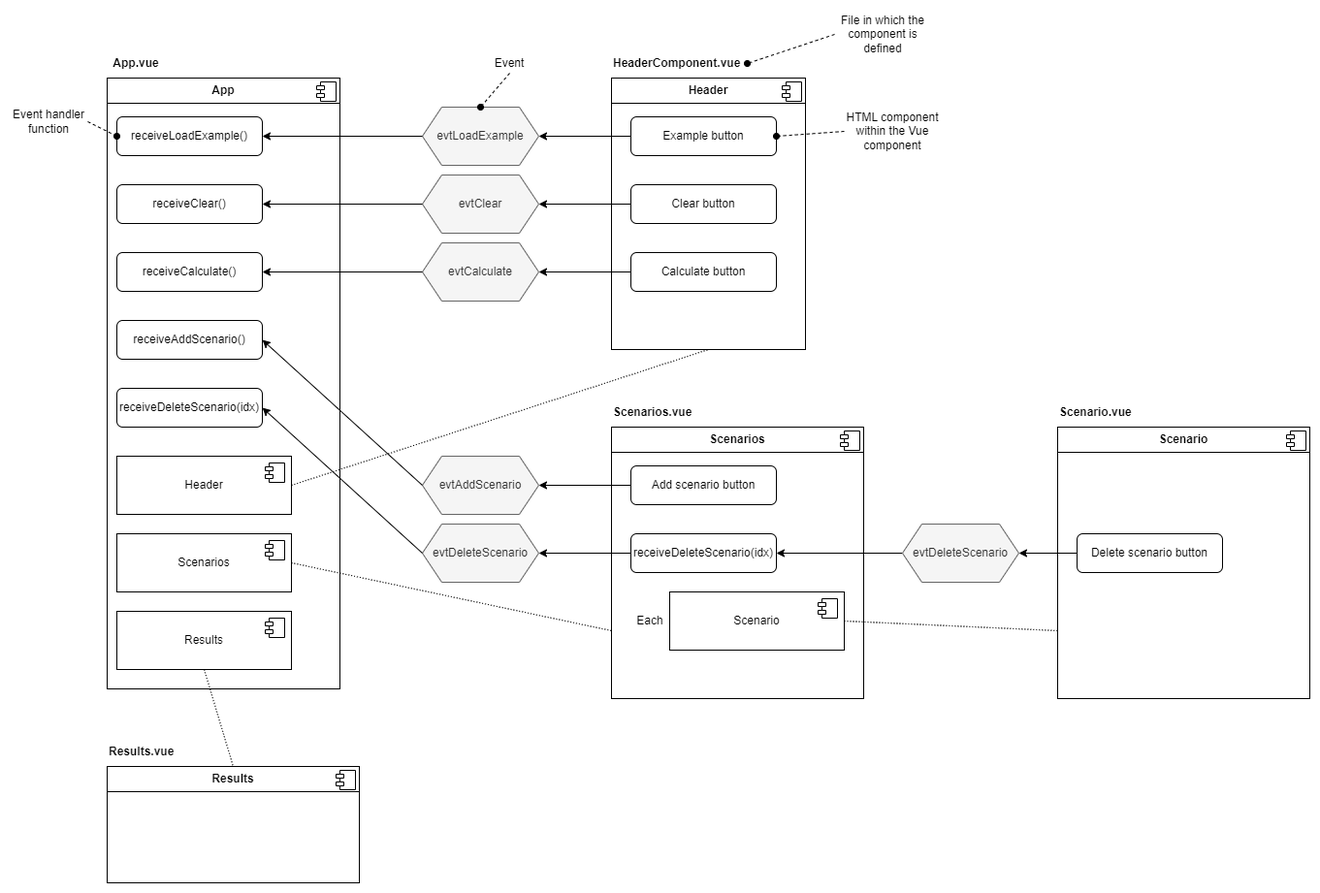
Earlier version of the draw.io export Vue/probability/design/design-Events.drawio.png (cdclaxton/learning). Source tidied: cells renumbered, new cells last; positions are measured from the earlier drawing's top-left corner, leaving out a move shared by most shapes.
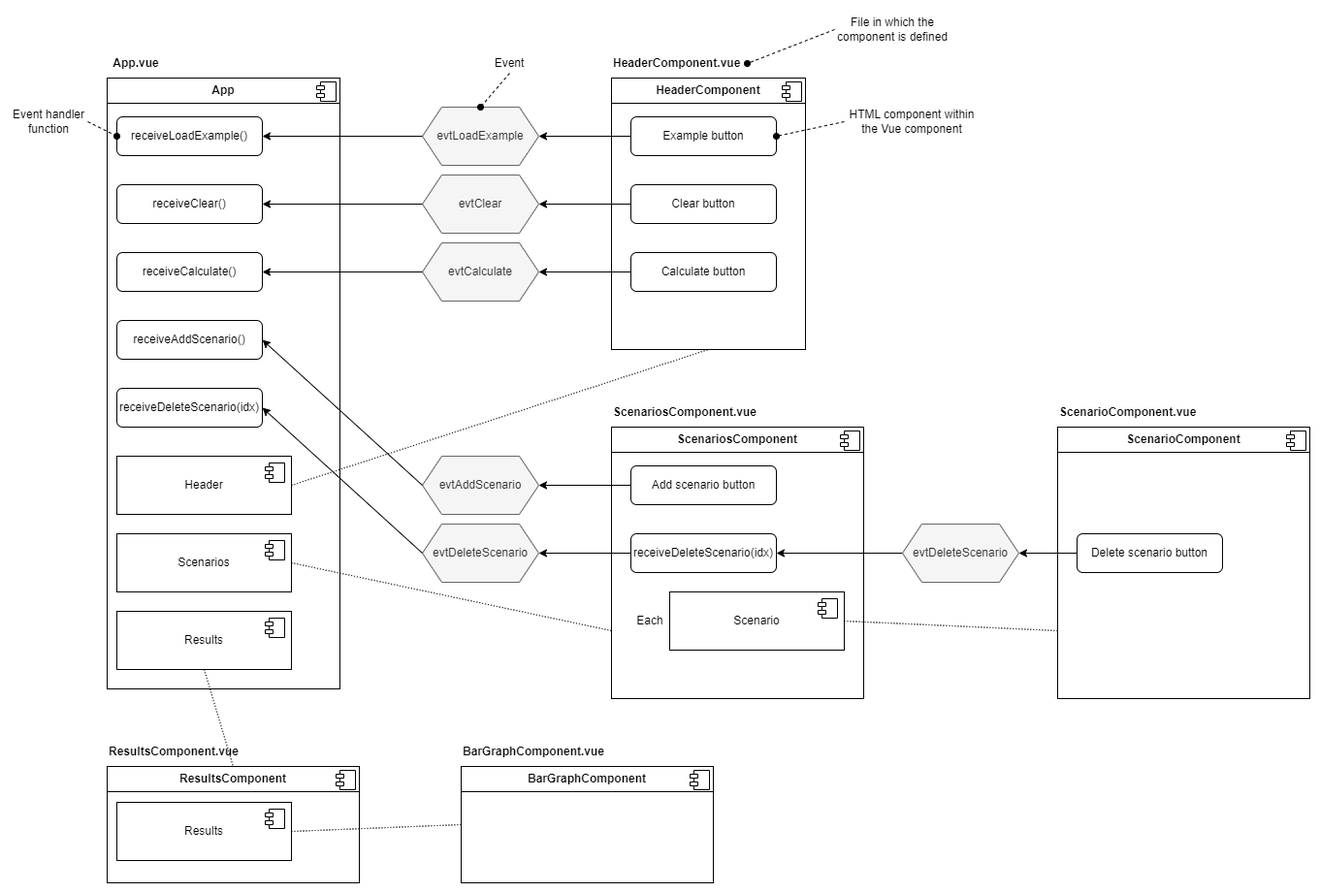
The same diagram one commit later.

Commit message:
Update component diagram

What changed in the source:
```diff
@@ -13,7 +13,7 @@
     <mxCell id="4" value="App.vue" style="text;html=1;align=center;verticalAlign=middle;whiteSpace=wrap;rounded=0;fontStyle=1;" parent="1" vertex="1">
       <mxGeometry x="100" y="40" width="60" height="30" as="geometry" />
     </mxCell>
-    <mxCell id="5" value="&lt;p style=&quot;margin:0px;margin-top:6px;text-align:center;&quot;&gt;&lt;b&gt;Header&lt;/b&gt;&lt;/p&gt;&lt;hr size=&quot;1&quot; style=&quot;border-style:solid;&quot;&gt;&lt;p style=&quot;margin:0px;margin-left:8px;&quot;&gt;&lt;br&gt;&lt;/p&gt;" style="align=left;overflow=fill;html=1;whiteSpace=wrap;" parent="1" vertex="1">
+    <mxCell id="5" value="&lt;p style=&quot;margin:0px;margin-top:6px;text-align:center;&quot;&gt;&lt;b&gt;HeaderComponent&lt;/b&gt;&lt;/p&gt;&lt;hr size=&quot;1&quot; style=&quot;border-style:solid;&quot;&gt;&lt;p style=&quot;margin:0px;margin-left:8px;&quot;&gt;&lt;br&gt;&lt;/p&gt;" style="align=left;overflow=fill;html=1;whiteSpace=wrap;" parent="1" vertex="1">
       <mxGeometry x="620" y="70" width="200" height="280" as="geometry" />
     </mxCell>
     <mxCell id="6" style="shape=component;jettyWidth=8;jettyHeight=4;" parent="5" vertex="1">
@@ -90,10 +90,10 @@
       <mxGeometry relative="1" as="geometry" />
     </mxCell>
     <mxCell id="29" value="HTML component within the Vue component" style="text;html=1;align=center;verticalAlign=middle;whiteSpace=wrap;rounded=0;" parent="1" vertex="1">
-      <mxGeometry x="860" y="105" width="100" height="40" as="geometry" />
+      <mxGeometry x="860" y="97.5" width="140" height="35" as="geometry" />
     </mxCell>
     <mxCell id="30" value="File in which the component is defined" style="text;html=1;align=center;verticalAlign=middle;whiteSpace=wrap;rounded=0;" parent="1" vertex="1">
-      <mxGeometry x="850" width="100" height="50" as="geometry" />
+      <mxGeometry x="850" width="120" height="40" as="geometry" />
     </mxCell>
     <mxCell id="31" style="rounded=0;jettySize=auto;html=1;exitX=0;exitY=0.5;exitDx=0;exitDy=0;entryX=1;entryY=0.5;entryDx=0;entryDy=0;dashed=1;endArrow=oval;endFill=1;" parent="1" edge="1" source="30" target="7">
       <mxGeometry relative="1" as="geometry" />
@@ -138,7 +138,7 @@
     <mxCell id="43" style="endArrow=classic;html=1;rounded=0;entryX=1;entryY=0.5;entryDx=0;entryDy=0;exitX=0;exitY=0.5;exitDx=0;exitDy=0;" parent="1" edge="1" source="42" target="24">
       <mxGeometry relative="1" as="geometry" />
     </mxCell>
-    <mxCell id="44" value="&lt;p style=&quot;margin:0px;margin-top:6px;text-align:center;&quot;&gt;&lt;b&gt;Scenarios&lt;/b&gt;&lt;/p&gt;&lt;hr size=&quot;1&quot; style=&quot;border-style:solid;&quot;&gt;&lt;p style=&quot;margin:0px;margin-left:8px;&quot;&gt;&lt;br&gt;&lt;/p&gt;" style="align=left;overflow=fill;html=1;whiteSpace=wrap;" parent="1" vertex="1">
+    <mxCell id="44" value="&lt;p style=&quot;margin:0px;margin-top:6px;text-align:center;&quot;&gt;&lt;b&gt;ScenariosComponent&lt;/b&gt;&lt;/p&gt;&lt;hr size=&quot;1&quot; style=&quot;border-style:solid;&quot;&gt;&lt;p style=&quot;margin:0px;margin-left:8px;&quot;&gt;&lt;br&gt;&lt;/p&gt;" style="align=left;overflow=fill;html=1;whiteSpace=wrap;" parent="1" vertex="1">
       <mxGeometry x="620" y="430" width="260" height="280" as="geometry" />
     </mxCell>
     <mxCell id="45" style="shape=component;jettyWidth=8;jettyHeight=4;" parent="44" vertex="1">
@@ -146,7 +146,7 @@
         <mxPoint x="-24" y="4" as="offset" />
       </mxGeometry>
     </mxCell>
-    <mxCell id="46" value="Scenarios.vue" style="text;html=1;align=left;verticalAlign=middle;whiteSpace=wrap;rounded=0;fontStyle=1;" parent="1" vertex="1">
+    <mxCell id="46" value="ScenariosComponent.vue" style="text;html=1;align=left;verticalAlign=middle;whiteSpace=wrap;rounded=0;fontStyle=1;" parent="1" vertex="1">
       <mxGeometry x="620" y="400" width="140" height="30" as="geometry" />
     </mxCell>
     <mxCell id="47" value="Add scenario button" style="rounded=1;whiteSpace=wrap;html=1;" parent="1" vertex="1">
@@ -175,7 +175,7 @@
     <mxCell id="54" style="rounded=0;jettySize=auto;html=1;exitX=1;exitY=0.5;exitDx=0;exitDy=0;entryX=0;entryY=0.75;entryDx=0;entryDy=0;endArrow=none;endFill=0;dashed=1;dashPattern=1 2;" parent="1" edge="1" source="36" target="44">
       <mxGeometry relative="1" as="geometry" />
     </mxCell>
-    <mxCell id="55" value="&lt;p style=&quot;margin:0px;margin-top:6px;text-align:center;&quot;&gt;&lt;b&gt;Scenario&lt;/b&gt;&lt;/p&gt;&lt;hr size=&quot;1&quot; style=&quot;border-style:solid;&quot;&gt;&lt;p style=&quot;margin:0px;margin-left:8px;&quot;&gt;&lt;br&gt;&lt;/p&gt;" style="align=left;overflow=fill;html=1;whiteSpace=wrap;" parent="1" vertex="1">
+    <mxCell id="55" value="&lt;p style=&quot;margin:0px;margin-top:6px;text-align:center;&quot;&gt;&lt;b&gt;ScenarioComponent&lt;/b&gt;&lt;/p&gt;&lt;hr size=&quot;1&quot; style=&quot;border-style:solid;&quot;&gt;&lt;p style=&quot;margin:0px;margin-left:8px;&quot;&gt;&lt;br&gt;&lt;/p&gt;" style="align=left;overflow=fill;html=1;whiteSpace=wrap;" parent="1" vertex="1">
       <mxGeometry x="1080" y="430" width="260" height="280" as="geometry" />
     </mxCell>
     <mxCell id="56" style="shape=component;jettyWidth=8;jettyHeight=4;" parent="55" vertex="1">
@@ -183,7 +183,7 @@
         <mxPoint x="-24" y="4" as="offset" />
       </mxGeometry>
     </mxCell>
-    <mxCell id="57" value="Scenario.vue" style="text;html=1;align=left;verticalAlign=middle;whiteSpace=wrap;rounded=0;fontStyle=1;" parent="1" vertex="1">
+    <mxCell id="57" value="ScenarioComponent.vue" style="text;html=1;align=left;verticalAlign=middle;whiteSpace=wrap;rounded=0;fontStyle=1;" parent="1" vertex="1">
       <mxGeometry x="1080" y="400" width="140" height="30" as="geometry" />
     </mxCell>
     <mxCell id="58" style="rounded=0;jettySize=auto;html=1;exitX=1;exitY=0.5;exitDx=0;exitDy=0;entryX=0;entryY=0.75;entryDx=0;entryDy=0;endArrow=none;endFill=0;dashed=1;dashPattern=1 2;" parent="1" edge="1" source="51" target="55">
@@ -201,7 +201,7 @@
     <mxCell id="62" style="endArrow=classic;html=1;rounded=0;entryX=1;entryY=0.5;entryDx=0;entryDy=0;exitX=0;exitY=0.5;exitDx=0;exitDy=0;" parent="1" edge="1" source="59" target="61">
       <mxGeometry relative="1" as="geometry" />
     </mxCell>
-    <mxCell id="63" value="&lt;p style=&quot;margin:0px;margin-top:6px;text-align:center;&quot;&gt;&lt;b&gt;Results&lt;/b&gt;&lt;/p&gt;&lt;hr size=&quot;1&quot; style=&quot;border-style:solid;&quot;&gt;&lt;p style=&quot;margin:0px;margin-left:8px;&quot;&gt;&lt;br&gt;&lt;/p&gt;" style="align=left;overflow=fill;html=1;whiteSpace=wrap;" parent="1" vertex="1">
+    <mxCell id="63" value="&lt;p style=&quot;margin:0px;margin-top:6px;text-align:center;&quot;&gt;&lt;b&gt;ResultsComponent&lt;/b&gt;&lt;/p&gt;&lt;hr size=&quot;1&quot; style=&quot;border-style:solid;&quot;&gt;&lt;p style=&quot;margin:0px;margin-left:8px;&quot;&gt;&lt;br&gt;&lt;/p&gt;" style="align=left;overflow=fill;html=1;whiteSpace=wrap;" parent="1" vertex="1">
       <mxGeometry x="100" y="780" width="260" height="120" as="geometry" />
     </mxCell>
     <mxCell id="64" style="shape=component;jettyWidth=8;jettyHeight=4;" parent="63" vertex="1">
@@ -209,11 +209,33 @@
         <mxPoint x="-24" y="4" as="offset" />
       </mxGeometry>
     </mxCell>
-    <mxCell id="65" value="Results.vue" style="text;html=1;align=left;verticalAlign=middle;whiteSpace=wrap;rounded=0;fontStyle=1;" parent="1" vertex="1">
+    <mxCell id="65" value="ResultsComponent.vue" style="text;html=1;align=left;verticalAlign=middle;whiteSpace=wrap;rounded=0;fontStyle=1;" parent="1" vertex="1">
       <mxGeometry x="100" y="750" width="140" height="30" as="geometry" />
     </mxCell>
     <mxCell id="66" style="rounded=0;jettySize=auto;html=1;exitX=0.5;exitY=1;exitDx=0;exitDy=0;entryX=0.5;entryY=0;entryDx=0;entryDy=0;endArrow=none;endFill=0;dashed=1;dashPattern=1 2;" parent="1" edge="1" source="38" target="63">
       <mxGeometry relative="1" as="geometry" />
     </mxCell>
+    <mxCell id="67" value="&lt;p style=&quot;margin:0px;margin-top:6px;text-align:center;&quot;&gt;&lt;b&gt;BarGraphComponent&lt;/b&gt;&lt;/p&gt;&lt;hr size=&quot;1&quot; style=&quot;border-style:solid;&quot;&gt;&lt;p style=&quot;margin:0px;margin-left:8px;&quot;&gt;&lt;br&gt;&lt;/p&gt;" style="align=left;overflow=fill;html=1;whiteSpace=wrap;" parent="1" vertex="1">
+      <mxGeometry x="465" y="780" width="260" height="120" as="geometry" />
+    </mxCell>
+    <mxCell id="68" style="shape=component;jettyWidth=8;jettyHeight=4;" parent="67" vertex="1">
+      <mxGeometry x="1" width="20" height="20" relative="1" as="geometry">
+        <mxPoint x="-24" y="4" as="offset" />
+      </mxGeometry>
+    </mxCell>
+    <mxCell id="69" value="Results" style="html=1;whiteSpace=wrap;" parent="1" vertex="1">
+      <mxGeometry x="110" y="817" width="180" height="60" as="geometry" />
+    </mxCell>
+    <mxCell id="70" style="shape=module;jettyWidth=8;jettyHeight=4;" parent="69" vertex="1">
+      <mxGeometry x="1" width="20" height="20" relative="1" as="geometry">
+        <mxPoint x="-27" y="7" as="offset" />
+      </mxGeometry>
+    </mxCell>
+    <mxCell id="71" style="rounded=0;jettySize=auto;html=1;exitX=1;exitY=0.5;exitDx=0;exitDy=0;entryX=0;entryY=0.5;entryDx=0;entryDy=0;endArrow=none;endFill=0;dashed=1;dashPattern=1 2;" parent="1" edge="1" source="69" target="67">
+      <mxGeometry relative="1" as="geometry" />
+    </mxCell>
+    <mxCell id="72" value="BarGraphComponent.vue" style="text;html=1;align=left;verticalAlign=middle;whiteSpace=wrap;rounded=0;fontStyle=1;" parent="1" vertex="1">
+      <mxGeometry x="465" y="750" width="140" height="30" as="geometry" />
+    </mxCell>
   </root>
 </mxGraphModel>
```
